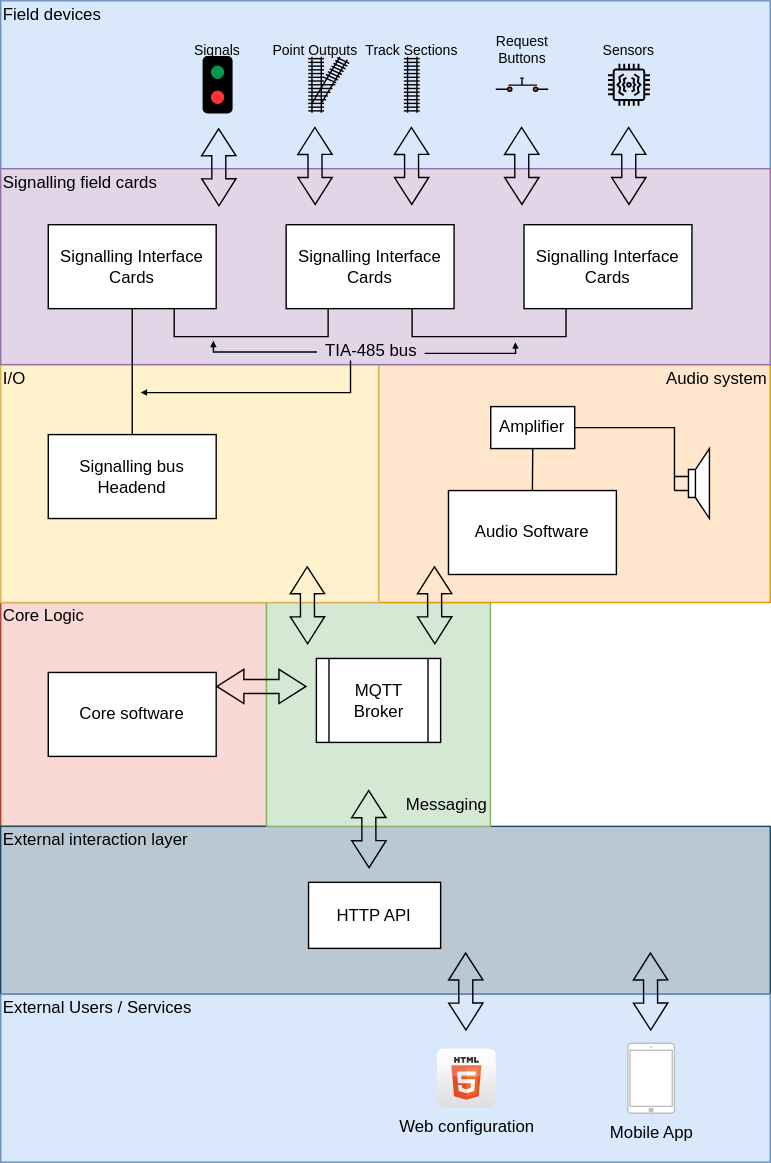
Before: docs/diagrams/overview.drawio.svg, a diagram exported from draw.io (EHMRS/docs). Source tidied: cells renumbered, new cells last; positions are measured from the earlier drawing's top-left corner, leaving out a move shared by most shapes.
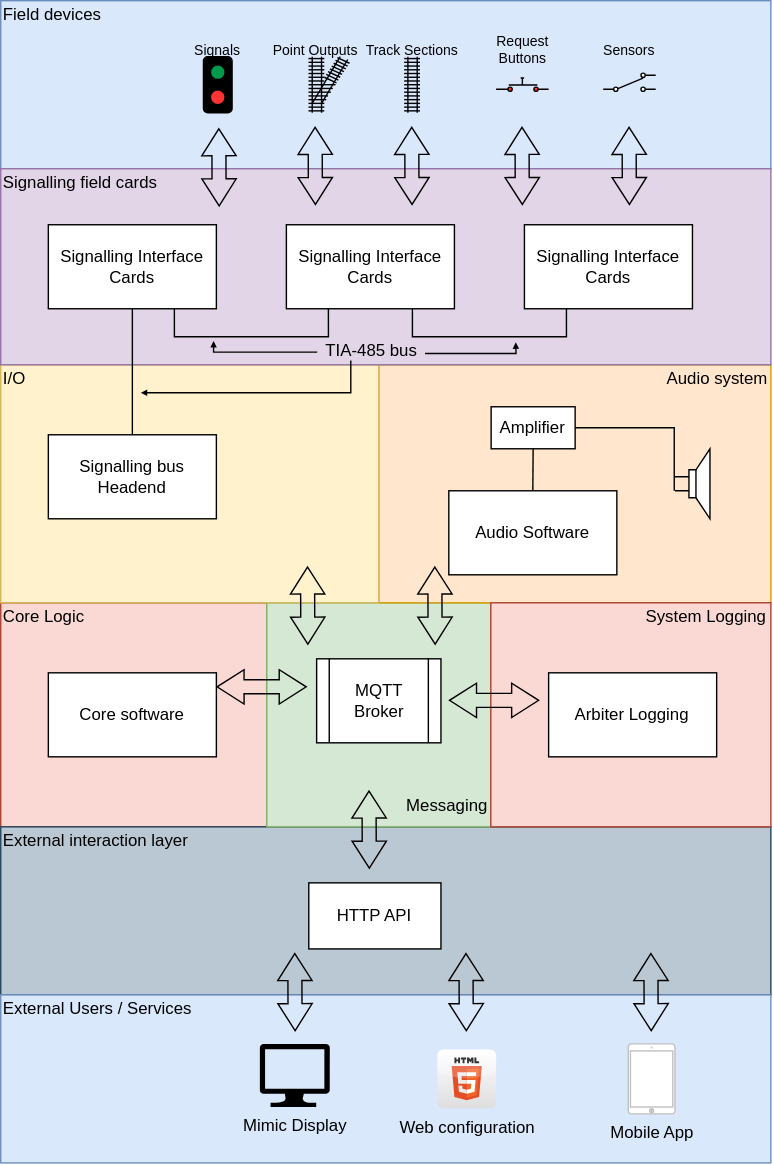
The same file after the commit.

Change to the diagram source:
```diff
@@ -380,9 +380,6 @@
         <mxPoint x="372.3" y="90" as="targetPoint" />
       </mxGeometry>
     </mxCell>
-    <mxCell id="80" style="sketch=0;fontColor=#232F3E;gradientColor=none;fillColor=#000000;strokeColor=none;dashed=0;verticalLabelPosition=bottom;verticalAlign=top;align=center;html=1;fontSize=12;fontStyle=0;shape=mxgraph.aws4.iot_thing_vibration_sensor;" parent="1" vertex="1">
-      <mxGeometry x="434" y="45" width="30" height="30" as="geometry" />
-    </mxCell>
     <mxCell id="81" value="Sensors" style="text;html=1;strokeColor=none;fillColor=none;align=center;verticalAlign=middle;whiteSpace=wrap;rounded=0;fontSize=10;" parent="1" vertex="1">
       <mxGeometry x="404" y="30" width="90" height="10" as="geometry" />
     </mxCell>
@@ -505,5 +502,32 @@
     <mxCell id="106" value="Core Logic" style="text;html=1;strokeColor=none;fillColor=none;align=left;verticalAlign=middle;whiteSpace=wrap;rounded=0;" parent="1" vertex="1">
       <mxGeometry y="430" width="110" height="20" as="geometry" />
     </mxCell>
+    <mxCell id="107" style="shape=flexArrow;endArrow=classic;startArrow=classic;html=1;rounded=0;entryX=0.145;entryY=0.833;entryDx=0;entryDy=0;entryPerimeter=0;startWidth=13.513513513513512;startSize=6.091891891891891;endWidth=13.513513513513512;endSize=6.091891891891891;" parent="1" edge="1">
+      <mxGeometry relative="1" as="geometry">
+        <mxPoint x="210.2" y="736" as="sourcePoint" />
+        <mxPoint x="210" y="680" as="targetPoint" />
+      </mxGeometry>
+    </mxCell>
+    <mxCell id="108" value="Mimic Display" style="verticalLabelPosition=bottom;html=1;verticalAlign=top;align=center;strokeColor=none;fillColor=#000000;shape=mxgraph.azure.computer;" parent="1" vertex="1">
+      <mxGeometry x="185" y="745" width="50" height="45" as="geometry" />
+    </mxCell>
+    <mxCell id="109" style="verticalLabelPosition=bottom;shadow=0;dashed=0;align=center;html=1;verticalAlign=top;shape=mxgraph.electrical.electro-mechanical.2-way_switch;fillColor=default;" parent="1" vertex="1">
+      <mxGeometry x="430.2" y="51.8" width="37.5" height="13" as="geometry" />
+    </mxCell>
+    <mxCell id="110" style="rounded=0;whiteSpace=wrap;html=1;fillColor=#fad9d5;strokeColor=#ae4132;" parent="1" vertex="1">
+      <mxGeometry x="350" y="430" width="200" height="160" as="geometry" />
+    </mxCell>
+    <mxCell id="111" value="Arbiter Logging" style="rounded=0;whiteSpace=wrap;html=1;" parent="1" vertex="1">
+      <mxGeometry x="391.3" y="480" width="120" height="60" as="geometry" />
+    </mxCell>
+    <mxCell id="112" style="shape=flexArrow;endArrow=classic;startArrow=classic;html=1;rounded=0;entryX=0.145;entryY=0.833;entryDx=0;entryDy=0;entryPerimeter=0;startWidth=13.513513513513512;startSize=6.091891891891891;endWidth=13.513513513513512;endSize=6.091891891891891;exitX=0.75;exitY=0;exitDx=0;exitDy=0;" parent="1" edge="1">
+      <mxGeometry relative="1" as="geometry">
+        <mxPoint x="384.7" y="499.7" as="sourcePoint" />
+        <mxPoint x="320" y="499.7" as="targetPoint" />
+      </mxGeometry>
+    </mxCell>
+    <mxCell id="113" value="System Logging" style="text;html=1;strokeColor=none;fillColor=none;align=right;verticalAlign=middle;whiteSpace=wrap;rounded=0;" parent="1" vertex="1">
+      <mxGeometry x="439" y="430" width="110" height="20" as="geometry" />
+    </mxCell>
   </root>
 </mxGraphModel>
```
